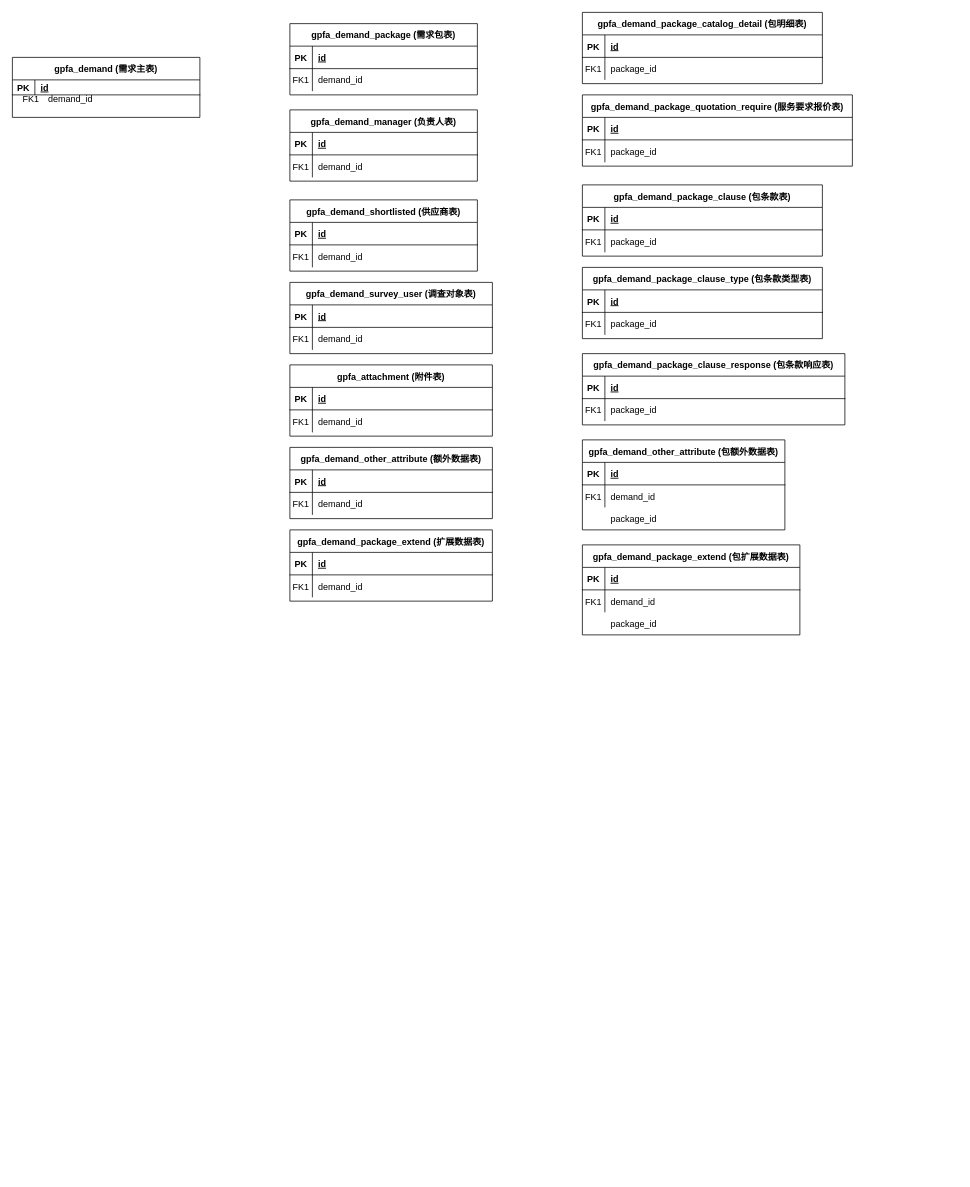
Earlier version of the draw.io diagram demand_data_hierarchy.drawio (dernight1/draw.io). Source tidied: cells renumbered, new cells numbered last; positions are measured from the earlier drawing's top-left corner, leaving out a move shared by most shapes. Both pictures are drawn from the tidied source at 75%, with x=0, y=0 at pixel (12, 12).
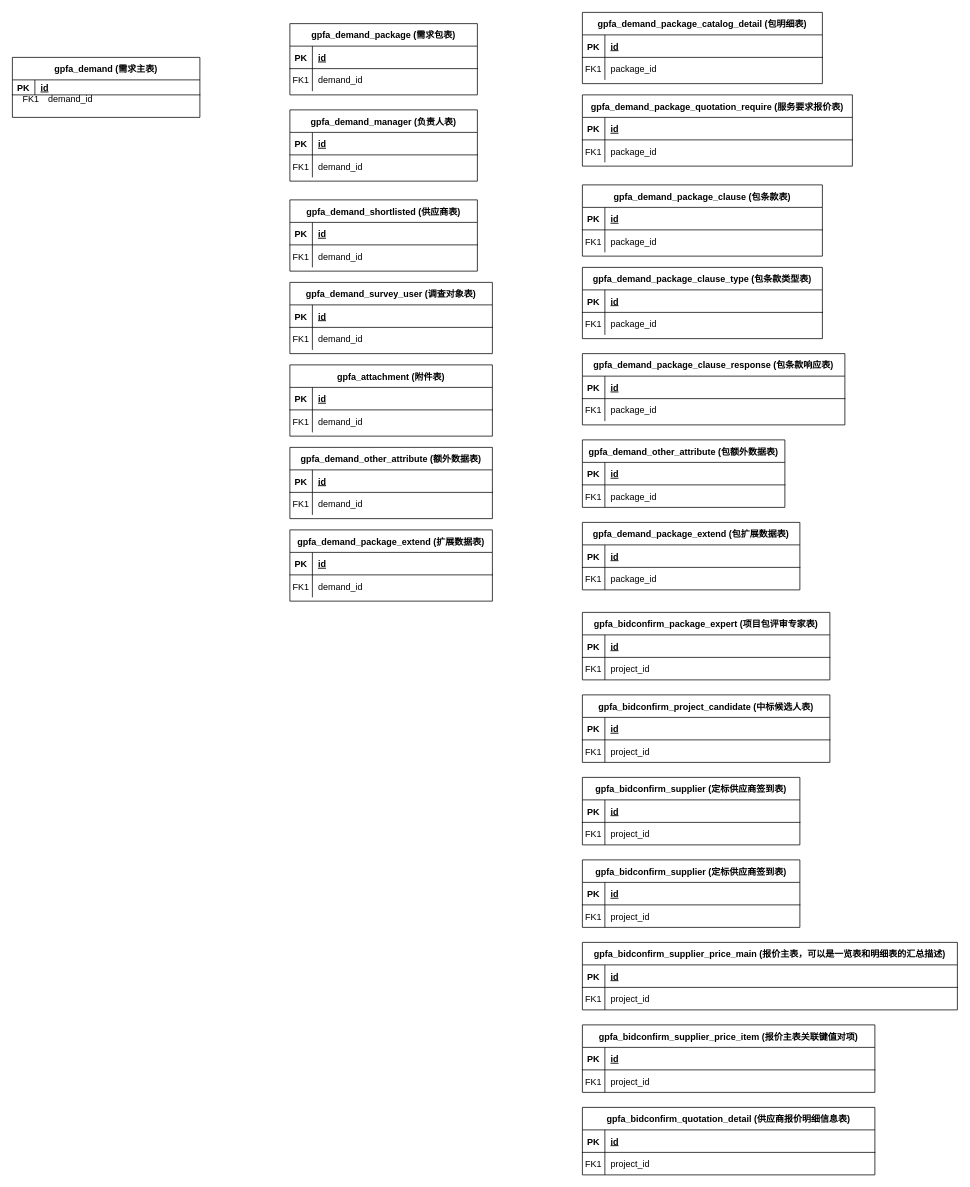
Above is the later version.

The change refers to these unchanged cells:
```xml
<mxCell id="97" style="shape=partialRectangle;fillColor=none;top=0;left=0;right=0;bottom=0;" parent="93" vertex="1">
  <mxGeometry y="60" width="270" height="30" as="geometry" />
</mxCell>
<mxCell id="104" style="shape=partialRectangle;fillColor=none;top=0;left=0;right=0;bottom=0;" parent="100" vertex="1">
  <mxGeometry y="60" width="290" height="30" as="geometry" />
</mxCell>
```

Change to the diagram source:
```diff
@@
     <mxCell id="93" value="gpfa_demand_other_attribute (包额外数据表)" style="shape=table;startSize=30;childLayout=tableLayout;rowLines=0;fontStyle=1;align=center;" parent="1" vertex="1">
-      <mxGeometry x="760" y="570" width="270" height="120" as="geometry" />
+      <mxGeometry x="760" y="570" width="270" height="90" as="geometry" />
     </mxCell>
@@
-    <mxCell id="99" value="demand_id" style="shape=partialRectangle;overflow=hidden;fillColor=none;top=0;left=0;bottom=0;right=0;align=left;spacingLeft=6;" parent="97" vertex="1">
+    <mxCell id="99" value="package_id" style="shape=partialRectangle;overflow=hidden;fillColor=none;top=0;left=0;bottom=0;right=0;align=left;spacingLeft=6;" parent="97" vertex="1">
       <mxGeometry x="30" width="240" height="30" as="geometry" />
     </mxCell>
     <mxCell id="100" value="gpfa_demand_package_extend (包扩展数据表)" style="shape=table;startSize=30;childLayout=tableLayout;rowLines=0;fontStyle=1;align=center;" parent="1" vertex="1">
-      <mxGeometry x="760" y="710" width="290" height="120" as="geometry" />
+      <mxGeometry x="760" y="680" width="290" height="90" as="geometry" />
     </mxCell>
@@
-    <mxCell id="106" value="demand_id" style="shape=partialRectangle;overflow=hidden;fillColor=none;top=0;left=0;bottom=0;right=0;align=left;spacingLeft=6;" parent="104" vertex="1">
+    <mxCell id="106" value="package_id" style="shape=partialRectangle;overflow=hidden;fillColor=none;top=0;left=0;bottom=0;right=0;align=left;spacingLeft=6;" parent="104" vertex="1">
       <mxGeometry x="30" width="260" height="30" as="geometry" />
     </mxCell>
-    <mxCell id="107" style="shape=partialRectangle;fillColor=none;top=0;left=0;right=0;bottom=0;" parent="1" vertex="1">
-      <mxGeometry x="760" y="800" width="290" height="30" as="geometry" />
-    </mxCell>
-    <mxCell id="108" style="shape=partialRectangle;overflow=hidden;fillColor=none;top=0;left=0;bottom=0;right=0;" parent="107" vertex="1">
-      <mxGeometry width="30" height="30" as="geometry" />
-    </mxCell>
-    <mxCell id="109" value="package_id" style="shape=partialRectangle;overflow=hidden;fillColor=none;top=0;left=0;bottom=0;right=0;align=left;spacingLeft=6;" parent="107" vertex="1">
-      <mxGeometry x="30" width="260" height="30" as="geometry" />
-    </mxCell>
-    <mxCell id="110" style="shape=partialRectangle;fillColor=none;top=0;left=0;right=0;bottom=0;" parent="1" vertex="1">
-      <mxGeometry x="760" y="660" width="290" height="30" as="geometry" />
-    </mxCell>
-    <mxCell id="111" style="shape=partialRectangle;overflow=hidden;fillColor=none;top=0;left=0;bottom=0;right=0;" parent="110" vertex="1">
-      <mxGeometry width="30" height="30" as="geometry" />
-    </mxCell>
-    <mxCell id="112" value="package_id" style="shape=partialRectangle;overflow=hidden;fillColor=none;top=0;left=0;bottom=0;right=0;align=left;spacingLeft=6;" parent="110" vertex="1">
-      <mxGeometry x="30" width="260" height="30" as="geometry" />
-    </mxCell>
+    <mxCell id="113" value="gpfa_bidconfirm_package_expert (项目包评审专家表)" style="shape=table;startSize=30;childLayout=tableLayout;rowLines=0;fontStyle=1;align=center;" parent="1" vertex="1">
+      <mxGeometry x="760" y="800" width="330" height="90" as="geometry" />
+    </mxCell>
+    <mxCell id="114" style="shape=partialRectangle;fillColor=none;top=0;left=0;right=0;bottom=1;" parent="113" vertex="1">
+      <mxGeometry y="30" width="330" height="30" as="geometry" />
+    </mxCell>
+    <mxCell id="115" value="PK" style="shape=partialRectangle;overflow=hidden;fillColor=none;top=0;left=0;bottom=0;right=0;fontStyle=1;" parent="114" vertex="1">
+      <mxGeometry width="30" height="30" as="geometry" />
+    </mxCell>
+    <mxCell id="116" value="id " style="shape=partialRectangle;overflow=hidden;fillColor=none;top=0;left=0;bottom=0;right=0;align=left;spacingLeft=6;fontStyle=5;" parent="114" vertex="1">
+      <mxGeometry x="30" width="300" height="30" as="geometry" />
+    </mxCell>
+    <mxCell id="117" style="shape=partialRectangle;fillColor=none;top=0;left=0;right=0;bottom=0;" parent="113" vertex="1">
+      <mxGeometry y="60" width="330" height="30" as="geometry" />
+    </mxCell>
+    <mxCell id="118" value="FK1" style="shape=partialRectangle;overflow=hidden;fillColor=none;top=0;left=0;bottom=0;right=0;" parent="117" vertex="1">
+      <mxGeometry width="30" height="30" as="geometry" />
+    </mxCell>
+    <mxCell id="119" value="project_id" style="shape=partialRectangle;overflow=hidden;fillColor=none;top=0;left=0;bottom=0;right=0;align=left;spacingLeft=6;" parent="117" vertex="1">
+      <mxGeometry x="30" width="300" height="30" as="geometry" />
+    </mxCell>
+    <mxCell id="120" value="gpfa_bidconfirm_project_candidate (中标候选人表)" style="shape=table;startSize=30;childLayout=tableLayout;rowLines=0;fontStyle=1;align=center;" parent="1" vertex="1">
+      <mxGeometry x="760" y="910" width="330" height="90" as="geometry" />
+    </mxCell>
+    <mxCell id="121" style="shape=partialRectangle;fillColor=none;top=0;left=0;right=0;bottom=1;" parent="120" vertex="1">
+      <mxGeometry y="30" width="330" height="30" as="geometry" />
+    </mxCell>
+    <mxCell id="122" value="PK" style="shape=partialRectangle;overflow=hidden;fillColor=none;top=0;left=0;bottom=0;right=0;fontStyle=1;" parent="121" vertex="1">
+      <mxGeometry width="30" height="30" as="geometry" />
+    </mxCell>
+    <mxCell id="123" value="id " style="shape=partialRectangle;overflow=hidden;fillColor=none;top=0;left=0;bottom=0;right=0;align=left;spacingLeft=6;fontStyle=5;" parent="121" vertex="1">
+      <mxGeometry x="30" width="300" height="30" as="geometry" />
+    </mxCell>
+    <mxCell id="124" style="shape=partialRectangle;fillColor=none;top=0;left=0;right=0;bottom=0;" parent="120" vertex="1">
+      <mxGeometry y="60" width="330" height="30" as="geometry" />
+    </mxCell>
+    <mxCell id="125" value="FK1" style="shape=partialRectangle;overflow=hidden;fillColor=none;top=0;left=0;bottom=0;right=0;" parent="124" vertex="1">
+      <mxGeometry width="30" height="30" as="geometry" />
+    </mxCell>
+    <mxCell id="126" value="project_id" style="shape=partialRectangle;overflow=hidden;fillColor=none;top=0;left=0;bottom=0;right=0;align=left;spacingLeft=6;" parent="124" vertex="1">
+      <mxGeometry x="30" width="300" height="30" as="geometry" />
+    </mxCell>
+    <mxCell id="127" value="gpfa_bidconfirm_supplier (定标供应商签到表)" style="shape=table;startSize=30;childLayout=tableLayout;rowLines=0;fontStyle=1;align=center;" parent="1" vertex="1">
+      <mxGeometry x="760" y="1020" width="290" height="90" as="geometry" />
+    </mxCell>
+    <mxCell id="128" style="shape=partialRectangle;fillColor=none;top=0;left=0;right=0;bottom=1;" parent="127" vertex="1">
+      <mxGeometry y="30" width="290" height="30" as="geometry" />
+    </mxCell>
+    <mxCell id="129" value="PK" style="shape=partialRectangle;overflow=hidden;fillColor=none;top=0;left=0;bottom=0;right=0;fontStyle=1;" parent="128" vertex="1">
+      <mxGeometry width="30" height="30" as="geometry" />
+    </mxCell>
+    <mxCell id="130" value="id " style="shape=partialRectangle;overflow=hidden;fillColor=none;top=0;left=0;bottom=0;right=0;align=left;spacingLeft=6;fontStyle=5;" parent="128" vertex="1">
+      <mxGeometry x="30" width="260" height="30" as="geometry" />
+    </mxCell>
+    <mxCell id="131" style="shape=partialRectangle;fillColor=none;top=0;left=0;right=0;bottom=0;" parent="127" vertex="1">
+      <mxGeometry y="60" width="290" height="30" as="geometry" />
+    </mxCell>
+    <mxCell id="132" value="FK1" style="shape=partialRectangle;overflow=hidden;fillColor=none;top=0;left=0;bottom=0;right=0;" parent="131" vertex="1">
+      <mxGeometry width="30" height="30" as="geometry" />
+    </mxCell>
+    <mxCell id="133" value="project_id" style="shape=partialRectangle;overflow=hidden;fillColor=none;top=0;left=0;bottom=0;right=0;align=left;spacingLeft=6;" parent="131" vertex="1">
+      <mxGeometry x="30" width="260" height="30" as="geometry" />
+    </mxCell>
+    <mxCell id="134" value="gpfa_bidconfirm_supplier (定标供应商签到表)" style="shape=table;startSize=30;childLayout=tableLayout;rowLines=0;fontStyle=1;align=center;" parent="1" vertex="1">
+      <mxGeometry x="760" y="1130" width="290" height="90" as="geometry" />
+    </mxCell>
+    <mxCell id="135" style="shape=partialRectangle;fillColor=none;top=0;left=0;right=0;bottom=1;" parent="134" vertex="1">
+      <mxGeometry y="30" width="290" height="30" as="geometry" />
+    </mxCell>
+    <mxCell id="136" value="PK" style="shape=partialRectangle;overflow=hidden;fillColor=none;top=0;left=0;bottom=0;right=0;fontStyle=1;" parent="135" vertex="1">
+      <mxGeometry width="30" height="30" as="geometry" />
+    </mxCell>
+    <mxCell id="137" value="id " style="shape=partialRectangle;overflow=hidden;fillColor=none;top=0;left=0;bottom=0;right=0;align=left;spacingLeft=6;fontStyle=5;" parent="135" vertex="1">
+      <mxGeometry x="30" width="260" height="30" as="geometry" />
+    </mxCell>
+    <mxCell id="138" style="shape=partialRectangle;fillColor=none;top=0;left=0;right=0;bottom=0;" parent="134" vertex="1">
+      <mxGeometry y="60" width="290" height="30" as="geometry" />
+    </mxCell>
+    <mxCell id="139" value="FK1" style="shape=partialRectangle;overflow=hidden;fillColor=none;top=0;left=0;bottom=0;right=0;" parent="138" vertex="1">
+      <mxGeometry width="30" height="30" as="geometry" />
+    </mxCell>
+    <mxCell id="140" value="project_id" style="shape=partialRectangle;overflow=hidden;fillColor=none;top=0;left=0;bottom=0;right=0;align=left;spacingLeft=6;" parent="138" vertex="1">
+      <mxGeometry x="30" width="260" height="30" as="geometry" />
+    </mxCell>
+    <mxCell id="141" value="gpfa_bidconfirm_supplier_price_main (报价主表，可以是一览表和明细表的汇总描述)" style="shape=table;startSize=30;childLayout=tableLayout;rowLines=0;fontStyle=1;align=center;" parent="1" vertex="1">
+      <mxGeometry x="760" y="1240" width="500" height="90" as="geometry" />
+    </mxCell>
+    <mxCell id="142" style="shape=partialRectangle;fillColor=none;top=0;left=0;right=0;bottom=1;" parent="141" vertex="1">
+      <mxGeometry y="30" width="500" height="30" as="geometry" />
+    </mxCell>
+    <mxCell id="143" value="PK" style="shape=partialRectangle;overflow=hidden;fillColor=none;top=0;left=0;bottom=0;right=0;fontStyle=1;" parent="142" vertex="1">
+      <mxGeometry width="30" height="30" as="geometry" />
+    </mxCell>
+    <mxCell id="144" value="id " style="shape=partialRectangle;overflow=hidden;fillColor=none;top=0;left=0;bottom=0;right=0;align=left;spacingLeft=6;fontStyle=5;" parent="142" vertex="1">
+      <mxGeometry x="30" width="470" height="30" as="geometry" />
+    </mxCell>
+    <mxCell id="145" style="shape=partialRectangle;fillColor=none;top=0;left=0;right=0;bottom=0;" parent="141" vertex="1">
+      <mxGeometry y="60" width="500" height="30" as="geometry" />
+    </mxCell>
+    <mxCell id="146" value="FK1" style="shape=partialRectangle;overflow=hidden;fillColor=none;top=0;left=0;bottom=0;right=0;" parent="145" vertex="1">
+      <mxGeometry width="30" height="30" as="geometry" />
+    </mxCell>
+    <mxCell id="147" value="project_id" style="shape=partialRectangle;overflow=hidden;fillColor=none;top=0;left=0;bottom=0;right=0;align=left;spacingLeft=6;" parent="145" vertex="1">
+      <mxGeometry x="30" width="470" height="30" as="geometry" />
+    </mxCell>
+    <mxCell id="148" value="gpfa_bidconfirm_supplier_price_item (报价主表关联键值对项)" style="shape=table;startSize=30;childLayout=tableLayout;rowLines=0;fontStyle=1;align=center;" parent="1" vertex="1">
+      <mxGeometry x="760" y="1350" width="390" height="90" as="geometry" />
+    </mxCell>
+    <mxCell id="149" style="shape=partialRectangle;fillColor=none;top=0;left=0;right=0;bottom=1;" parent="148" vertex="1">
+      <mxGeometry y="30" width="390" height="30" as="geometry" />
+    </mxCell>
+    <mxCell id="150" value="PK" style="shape=partialRectangle;overflow=hidden;fillColor=none;top=0;left=0;bottom=0;right=0;fontStyle=1;" parent="149" vertex="1">
+      <mxGeometry width="30" height="30" as="geometry" />
+    </mxCell>
+    <mxCell id="151" value="id " style="shape=partialRectangle;overflow=hidden;fillColor=none;top=0;left=0;bottom=0;right=0;align=left;spacingLeft=6;fontStyle=5;" parent="149" vertex="1">
+      <mxGeometry x="30" width="360" height="30" as="geometry" />
+    </mxCell>
+    <mxCell id="152" style="shape=partialRectangle;fillColor=none;top=0;left=0;right=0;bottom=0;" parent="148" vertex="1">
+      <mxGeometry y="60" width="390" height="30" as="geometry" />
+    </mxCell>
+    <mxCell id="153" value="FK1" style="shape=partialRectangle;overflow=hidden;fillColor=none;top=0;left=0;bottom=0;right=0;" parent="152" vertex="1">
+      <mxGeometry width="30" height="30" as="geometry" />
+    </mxCell>
+    <mxCell id="154" value="project_id" style="shape=partialRectangle;overflow=hidden;fillColor=none;top=0;left=0;bottom=0;right=0;align=left;spacingLeft=6;" parent="152" vertex="1">
+      <mxGeometry x="30" width="360" height="30" as="geometry" />
+    </mxCell>
+    <mxCell id="155" value="gpfa_bidconfirm_quotation_detail (供应商报价明细信息表)" style="shape=table;startSize=30;childLayout=tableLayout;rowLines=0;fontStyle=1;align=center;" parent="1" vertex="1">
+      <mxGeometry x="760" y="1460" width="390" height="90" as="geometry" />
+    </mxCell>
+    <mxCell id="156" style="shape=partialRectangle;fillColor=none;top=0;left=0;right=0;bottom=1;" parent="155" vertex="1">
+      <mxGeometry y="30" width="390" height="30" as="geometry" />
+    </mxCell>
+    <mxCell id="157" value="PK" style="shape=partialRectangle;overflow=hidden;fillColor=none;top=0;left=0;bottom=0;right=0;fontStyle=1;" parent="156" vertex="1">
+      <mxGeometry width="30" height="30" as="geometry" />
+    </mxCell>
+    <mxCell id="158" value="id " style="shape=partialRectangle;overflow=hidden;fillColor=none;top=0;left=0;bottom=0;right=0;align=left;spacingLeft=6;fontStyle=5;" parent="156" vertex="1">
+      <mxGeometry x="30" width="360" height="30" as="geometry" />
+    </mxCell>
+    <mxCell id="159" style="shape=partialRectangle;fillColor=none;top=0;left=0;right=0;bottom=0;" parent="155" vertex="1">
+      <mxGeometry y="60" width="390" height="30" as="geometry" />
+    </mxCell>
+    <mxCell id="160" value="FK1" style="shape=partialRectangle;overflow=hidden;fillColor=none;top=0;left=0;bottom=0;right=0;" parent="159" vertex="1">
+      <mxGeometry width="30" height="30" as="geometry" />
+    </mxCell>
+    <mxCell id="161" value="project_id" style="shape=partialRectangle;overflow=hidden;fillColor=none;top=0;left=0;bottom=0;right=0;align=left;spacingLeft=6;" parent="159" vertex="1">
+      <mxGeometry x="30" width="360" height="30" as="geometry" />
+    </mxCell>
```
